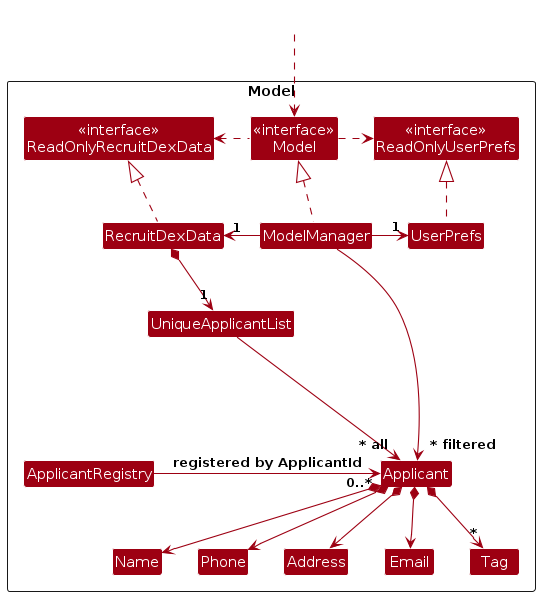
Before: diagrams/ModelClassDiagram.png, a diagram exported from PlantUML (AY2627S1-CS2103T-W12-4/tp). Its source is kept beside it as diagrams/ModelClassDiagram.puml.
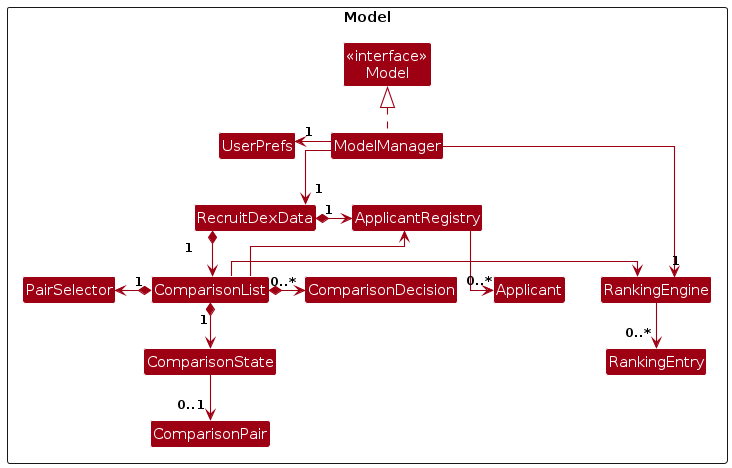
Above is the later version.

Change to the diagram source:
```diff
@@ -3,55 +3,40 @@
 skinparam arrowThickness 1.1
 skinparam arrowColor MODEL_COLOR
 skinparam classBackgroundColor MODEL_COLOR
+skinparam nodesep 35
+skinparam ranksep 45
+skinparam linetype ortho
 
-Package Model as ModelPackage <<Rectangle>>{
-Class "<<interface>>\nReadOnlyRecruitDexData" as ReadOnlyRecruitDexData
-Class "<<interface>>\nReadOnlyUserPrefs" as ReadOnlyUserPrefs
-Class "<<interface>>\nModel" as Model
-Class RecruitDexData
-Class ModelManager
-Class UserPrefs
+package Model as ModelPackage <<Rectangle>> {
+    class "<<interface>>\nModel" as Model
+    class ModelManager
+    class RecruitDexData
+    class UserPrefs
+    class ApplicantRegistry
+    class Applicant
+    class ComparisonList
+    class ComparisonState
+    class ComparisonPair
+    class ComparisonDecision
+    class PairSelector
+    class RankingEngine
+    class RankingEntry
 
-Class ApplicantRegistry
-Class UniqueApplicantList
-Class Applicant
-Class Address
-Class Email
-Class Name
-Class Phone
-Class Tag
+    ModelManager .up.|> Model
+    ModelManager -left-> "1" UserPrefs
+    ModelManager -down-> "1" RecruitDexData
+    ModelManager -right-> "1" RankingEngine
+    RankingEngine -down-> "0..*" RankingEntry
 
-Class I #FFFFFF
+    RecruitDexData *-left-> "1" ApplicantRegistry
+    ApplicantRegistry -down-> "0..*" Applicant
+    RecruitDexData *-down-> "1" ComparisonList
+    ComparisonList -left-> ApplicantRegistry
+    ComparisonList -right-> RankingEngine
+
+    ComparisonList *-down-> "1" ComparisonState
+    ComparisonState -down-> "0..1" ComparisonPair
+    ComparisonList *-right-> "0..*" ComparisonDecision
+    ComparisonList *-left-> "1" PairSelector
 }
-
-Class HiddenOutside #FFFFFF
-HiddenOutside ..> Model
-
-RecruitDexData .up.|> ReadOnlyRecruitDexData
-
-ModelManager .up.|> Model
-Model .right.> ReadOnlyUserPrefs
-Model .left.> ReadOnlyRecruitDexData
-ModelManager -left-> "1" RecruitDexData
-ModelManager -right-> "1" UserPrefs
-UserPrefs .up.|> ReadOnlyUserPrefs
-
-RecruitDexData *--> "1" UniqueApplicantList
-UniqueApplicantList --> "~* all" Applicant
-ApplicantRegistry -right-> "0..*" Applicant : registered by ApplicantId
-
-Applicant *--> Name
-Applicant *--> Phone
-Applicant *--> Email
-Applicant *--> Address
-Applicant *--> "*" Tag
-
-Applicant -[hidden]up--> I
-UniqueApplicantList -[hidden]right-> I
-
-Name -[hidden]right-> Phone
-Phone -[hidden]right-> Address
-Address -[hidden]right-> Email
-
-ModelManager --> "~* filtered" Applicant
 @enduml
```
